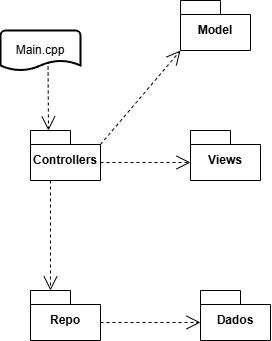
This is Documentation/Iteration03/Code Organization.png from godea-alexei/fsoft2026_1DD_2, a draw.io export, as it was before one commit. Source tidied: cells renumbered, new cells last; positions are measured from the earlier drawing's top-left corner, leaving out a move shared by most shapes.
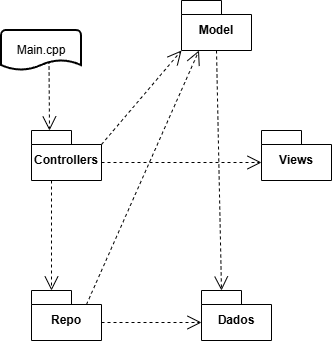
After the commit.

Commit message:
Update Code Organization 2

What changed in the source:
```diff
@@ -9,7 +9,7 @@
       <mxGeometry x="180" width="70" height="50" as="geometry" />
     </mxCell>
     <mxCell id="4" value="Views" style="shape=folder;fontStyle=1;spacingTop=10;tabWidth=40;tabHeight=14;tabPosition=left;html=1;whiteSpace=wrap;" parent="1" vertex="1">
-      <mxGeometry x="190" y="130" width="70" height="50" as="geometry" />
+      <mxGeometry x="260" y="130" width="70" height="50" as="geometry" />
     </mxCell>
     <mxCell id="5" value="Repo" style="shape=folder;fontStyle=1;spacingTop=10;tabWidth=40;tabHeight=14;tabPosition=left;html=1;whiteSpace=wrap;" parent="1" vertex="1">
       <mxGeometry x="30" y="290" width="70" height="50" as="geometry" />
@@ -31,10 +31,8 @@
     <mxCell id="9" style="endArrow=open;endSize=12;dashed=1;html=1;rounded=0;exitX=0;exitY=0;exitDx=70;exitDy=32;exitPerimeter=0;entryX=0;entryY=0;entryDx=0;entryDy=32;entryPerimeter=0;" parent="1" edge="1" source="5" target="6">
       <mxGeometry relative="1" as="geometry" />
     </mxCell>
-    <mxCell id="10" style="endArrow=open;endSize=12;dashed=1;html=1;rounded=0;exitX=0;exitY=0;exitDx=70;exitDy=32;exitPerimeter=0;" parent="1" edge="1" source="2">
-      <mxGeometry relative="1" as="geometry">
-        <mxPoint x="190" y="162" as="targetPoint" />
-      </mxGeometry>
+    <mxCell id="10" style="endArrow=open;endSize=12;dashed=1;html=1;rounded=0;exitX=0;exitY=0;exitDx=70;exitDy=32;exitPerimeter=0;entryX=0;entryY=0;entryDx=0;entryDy=32;entryPerimeter=0;" parent="1" edge="1" source="2" target="4">
+      <mxGeometry relative="1" as="geometry" />
     </mxCell>
     <mxCell id="11" style="endArrow=open;endSize=12;dashed=1;html=1;rounded=0;exitX=0;exitY=0;exitDx=70;exitDy=14;exitPerimeter=0;entryX=0;entryY=0;entryDx=0;entryDy=50;entryPerimeter=0;" parent="1" edge="1" source="2" target="3">
       <mxGeometry relative="1" as="geometry" />
@@ -42,5 +40,11 @@
     <mxCell id="12" value="Main.cpp" style="strokeWidth=2;html=1;shape=mxgraph.flowchart.document2;whiteSpace=wrap;size=0.25;" parent="1" vertex="1">
       <mxGeometry y="30" width="80" height="40" as="geometry" />
     </mxCell>
+    <mxCell id="13" style="endArrow=open;endSize=12;dashed=1;html=1;rounded=0;exitX=0;exitY=0;exitDx=55;exitDy=14;exitPerimeter=0;entryX=0.25;entryY=1;entryDx=0;entryDy=0;entryPerimeter=0;" parent="1" edge="1" source="5" target="3">
+      <mxGeometry relative="1" as="geometry" />
+    </mxCell>
+    <mxCell id="14" style="endArrow=open;endSize=12;dashed=1;html=1;rounded=0;exitX=0.5;exitY=1;exitDx=0;exitDy=0;exitPerimeter=0;entryX=0;entryY=0;entryDx=20;entryDy=0;entryPerimeter=0;" parent="1" edge="1" source="3" target="6">
+      <mxGeometry relative="1" as="geometry" />
+    </mxCell>
   </root>
 </mxGraphModel>
```
